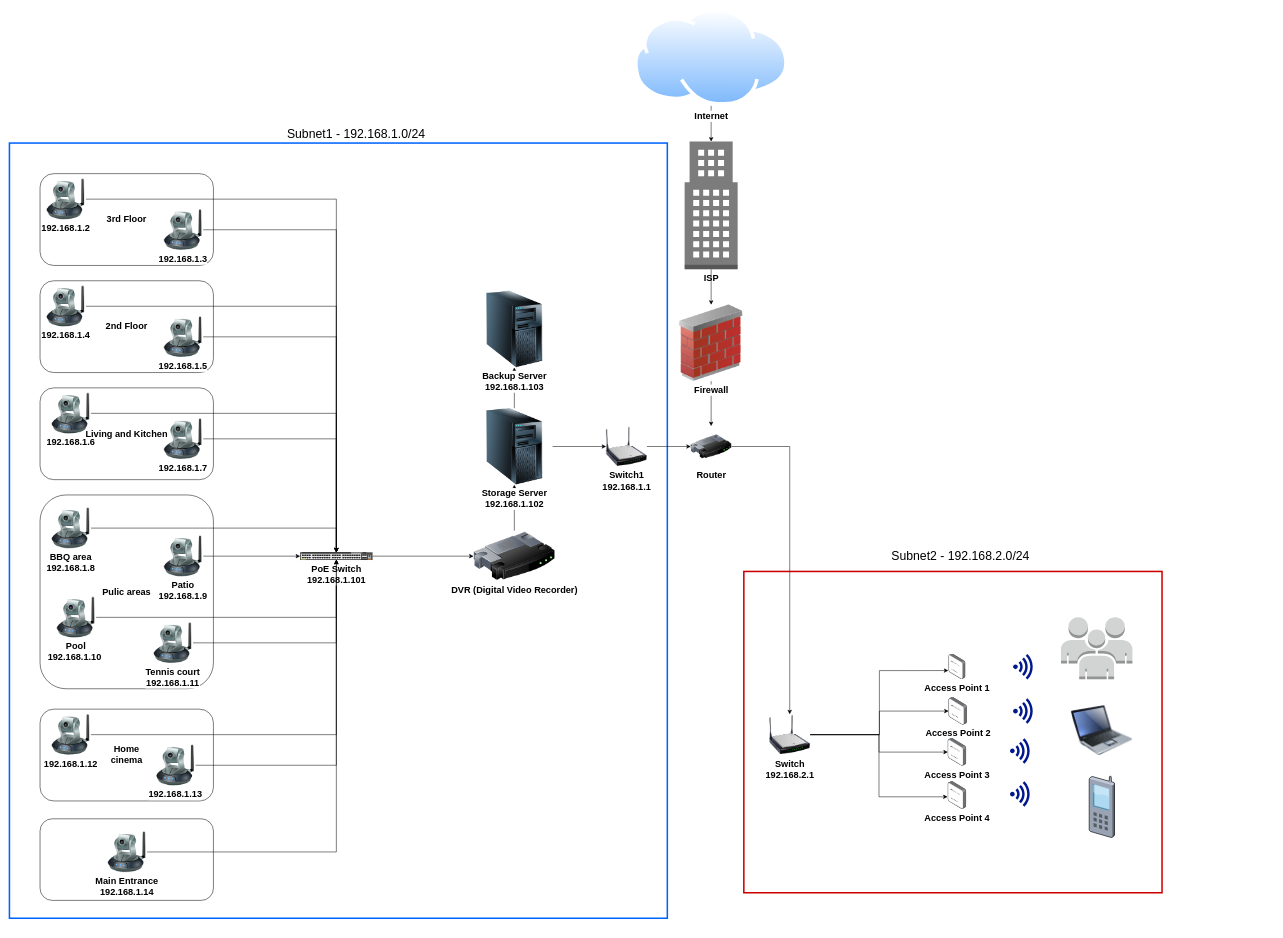
The draw.io diagram Group.drawio in tamir-cqu/diagrams, before the edit. Source tidied: cells renumbered, new cells numbered last; positions are measured from the earlier drawing's top-left corner, leaving out a move shared by most shapes. Both pictures are drawn from the tidied source at 51%, with x=0, y=0 at pixel (9, 9).
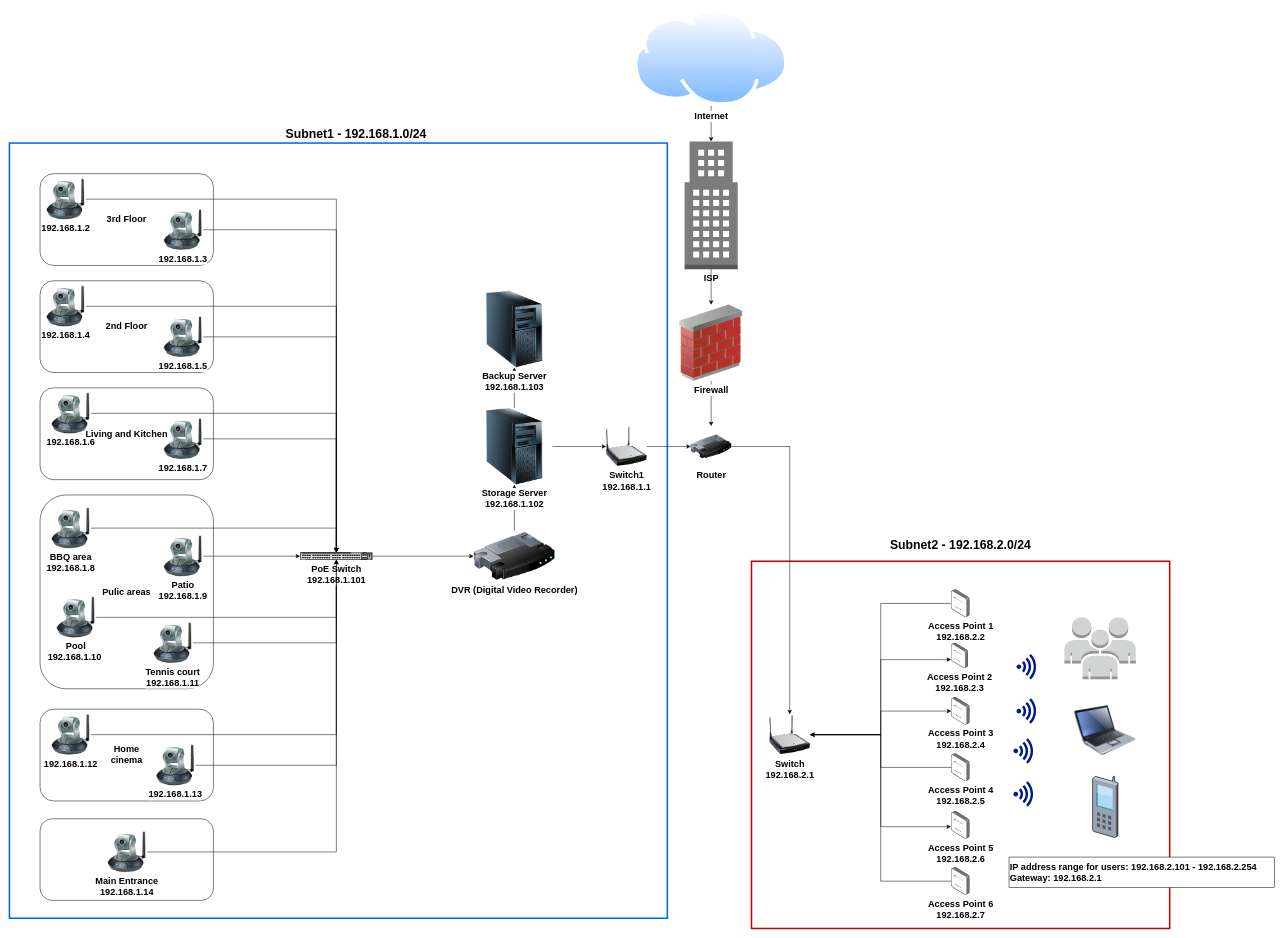
The same diagram, later.

Unchanged cells that the change refers to:
```xml
<mxCell id="46" value="Switch&lt;br&gt;192.168.2.1" style="image;html=1;image=img/lib/clip_art/networking/Wireless_Router_N_128x128.png;fontSize=18;fontStyle=1;" parent="1" vertex="1">
  <mxGeometry x="1490" y="1383" width="80" height="80" as="geometry" />
</mxCell>
```

The edit, as a diff of the source:
```diff
@@
     <mxCell id="2" style="rounded=0;whiteSpace=wrap;html=1;strokeColor=#CC0000;strokeWidth=3;fontSize=18;fontStyle=1;" parent="1" vertex="1">
-      <mxGeometry x="1440" y="1103" width="820" height="630" as="geometry" />
+      <mxGeometry x="1455" y="1083" width="820" height="720" as="geometry" />
     </mxCell>
@@
-    <mxCell id="44" style="edgeStyle=orthogonalEdgeStyle;rounded=0;jettySize=auto;html=1;fontSize=18;fontStyle=1;" parent="1" edge="1" source="46" target="56">
-      <mxGeometry relative="1" as="geometry" />
-    </mxCell>
@@
     <mxCell id="51" style="group;fontSize=18;fontStyle=1;" parent="1" vertex="1">
-      <mxGeometry x="1840" y="1193" width="361.9" height="431.5" as="geometry" />
+      <mxGeometry x="1846.7" y="1193" width="361.9" height="431.5" as="geometry" />
     </mxCell>
@@
-    <mxCell id="55" value="Access Point 2" style="image;points=[];html=1;align=center;shadow=0;dashed=0;image=img/lib/allied_telesis/wireless/Access_Point_Indoor.svg;fontSize=18;fontStyle=1;" parent="51" vertex="1">
-      <mxGeometry x="1.5" y="156.5" width="36.6" height="54.6" as="geometry" />
+    <mxCell id="55" value="Access Point 3&lt;br&gt;192.168.2.4" style="image;points=[];html=1;align=center;shadow=0;dashed=0;image=img/lib/allied_telesis/wireless/Access_Point_Indoor.svg;fontSize=18;fontStyle=1;" parent="51" vertex="1">
+      <mxGeometry y="156.5" width="36.6" height="54.6" as="geometry" />
     </mxCell>
-    <mxCell id="56" value="Access Point 3" style="image;points=[];html=1;align=center;shadow=0;dashed=0;image=img/lib/allied_telesis/wireless/Access_Point_Indoor.svg;fontSize=18;fontStyle=1;" parent="51" vertex="1">
-      <mxGeometry y="236.9" width="36.6" height="54.6" as="geometry" />
+    <mxCell id="56" value="Access Point 4&lt;br&gt;192.168.2.5" style="image;points=[];html=1;align=center;shadow=0;dashed=0;image=img/lib/allied_telesis/wireless/Access_Point_Indoor.svg;fontSize=18;fontStyle=1;" parent="51" vertex="1">
+      <mxGeometry y="266.9" width="36.6" height="54.6" as="geometry" />
     </mxCell>
-    <mxCell id="57" value="Access Point 4" style="image;points=[];html=1;align=center;shadow=0;dashed=0;image=img/lib/allied_telesis/wireless/Access_Point_Indoor.svg;fontSize=18;fontStyle=1;" parent="51" vertex="1">
-      <mxGeometry y="321.5" width="36.6" height="54.6" as="geometry" />
+    <mxCell id="57" value="Access Point 5&lt;br&gt;192.168.2.6" style="image;points=[];html=1;align=center;shadow=0;dashed=0;image=img/lib/allied_telesis/wireless/Access_Point_Indoor.svg;fontSize=18;fontStyle=1;" parent="51" vertex="1">
+      <mxGeometry y="380" width="36.6" height="54.6" as="geometry" />
     </mxCell>
-    <mxCell id="58" value="Access Point 1" style="image;points=[];html=1;align=center;shadow=0;dashed=0;image=img/lib/allied_telesis/wireless/Access_Point_Indoor.svg;fontSize=18;fontStyle=1;" parent="51" vertex="1">
-      <mxGeometry x="1.5" y="71.5" width="33.5" height="50" as="geometry" />
+    <mxCell id="58" value="Access Point 2&lt;br&gt;192.168.2.3" style="image;points=[];html=1;align=center;shadow=0;dashed=0;image=img/lib/allied_telesis/wireless/Access_Point_Indoor.svg;fontSize=18;fontStyle=1;" parent="51" vertex="1">
+      <mxGeometry y="50" width="33.5" height="50" as="geometry" />
     </mxCell>
@@
-    <mxCell id="64" value="&lt;p class=&quot;MsoNormal&quot; style=&quot;font-size: 24px;&quot;&gt;Subnet1 - 192.168.1.0/24&lt;/p&gt;" style="text;html=1;strokeColor=none;fillColor=none;align=center;verticalAlign=middle;whiteSpace=wrap;rounded=0;fontSize=24;" parent="1" vertex="1">
+    <mxCell id="64" value="&lt;p class=&quot;MsoNormal&quot; style=&quot;font-size: 24px;&quot;&gt;Subnet1 - 192.168.1.0/24&lt;/p&gt;" style="text;html=1;strokeColor=none;fillColor=none;align=center;verticalAlign=middle;whiteSpace=wrap;rounded=0;fontSize=24;fontStyle=1;" parent="1" vertex="1">
       <mxGeometry x="510" y="230" width="340" height="30" as="geometry" />
     </mxCell>
-    <mxCell id="65" value="&lt;p class=&quot;MsoNormal&quot; style=&quot;font-size: 24px;&quot;&gt;Subnet2 - 192.168.2.0/24&lt;/p&gt;" style="text;html=1;strokeColor=none;fillColor=none;align=center;verticalAlign=middle;whiteSpace=wrap;rounded=0;fontSize=24;" parent="1" vertex="1">
-      <mxGeometry x="1700" y="1058" width="330" height="30" as="geometry" />
+    <mxCell id="65" value="&lt;p class=&quot;MsoNormal&quot; style=&quot;font-size: 24px;&quot;&gt;Subnet2 - 192.168.2.0/24&lt;/p&gt;" style="text;html=1;strokeColor=none;fillColor=none;align=center;verticalAlign=middle;whiteSpace=wrap;rounded=0;fontSize=24;fontStyle=1;" parent="1" vertex="1">
+      <mxGeometry x="1700" y="1035.5" width="330" height="30" as="geometry" />
     </mxCell>
@@
+    <mxCell id="81" style="edgeStyle=orthogonalEdgeStyle;rounded=0;jettySize=auto;html=1;entryX=1;entryY=0.5;entryDx=0;entryDy=0;" parent="1" edge="1" source="82" target="46">
+      <mxGeometry relative="1" as="geometry" />
+    </mxCell>
+    <mxCell id="82" value="Access Point 6&lt;br&gt;192.168.2.7" style="image;points=[];html=1;align=center;shadow=0;dashed=0;image=img/lib/allied_telesis/wireless/Access_Point_Indoor.svg;fontSize=18;fontStyle=1;" parent="1" vertex="1">
+      <mxGeometry x="1846.7" y="1683" width="36.6" height="54.6" as="geometry" />
+    </mxCell>
+    <mxCell id="83" style="edgeStyle=orthogonalEdgeStyle;rounded=0;jettySize=auto;html=1;entryX=1;entryY=0.5;entryDx=0;entryDy=0;" parent="1" edge="1" source="84" target="46">
+      <mxGeometry relative="1" as="geometry" />
+    </mxCell>
+    <mxCell id="84" value="Access Point 1&lt;br&gt;192.168.2.2" style="image;points=[];html=1;align=center;shadow=0;dashed=0;image=img/lib/allied_telesis/wireless/Access_Point_Indoor.svg;fontSize=18;fontStyle=1;" parent="1" vertex="1">
+      <mxGeometry x="1846.7" y="1138.4" width="36.6" height="54.6" as="geometry" />
+    </mxCell>
+    <mxCell id="85" style="edgeStyle=orthogonalEdgeStyle;rounded=0;jettySize=auto;html=1;entryX=1;entryY=0.5;entryDx=0;entryDy=0;" parent="1" edge="1" source="56" target="46">
+      <mxGeometry relative="1" as="geometry" />
+    </mxCell>
+    <mxCell id="86" value="IP address range for users: 192.168.2.101 - 192.168.2.254&lt;br style=&quot;font-size: 18px;&quot;&gt;Gateway: 192.168.2.1&lt;br style=&quot;font-size: 18px;&quot;&gt;" style="rounded=0;whiteSpace=wrap;html=1;align=left;fontSize=18;fontStyle=1;" parent="1" vertex="1">
+      <mxGeometry x="1960" y="1663" width="520" height="60" as="geometry" />
+    </mxCell>
```
